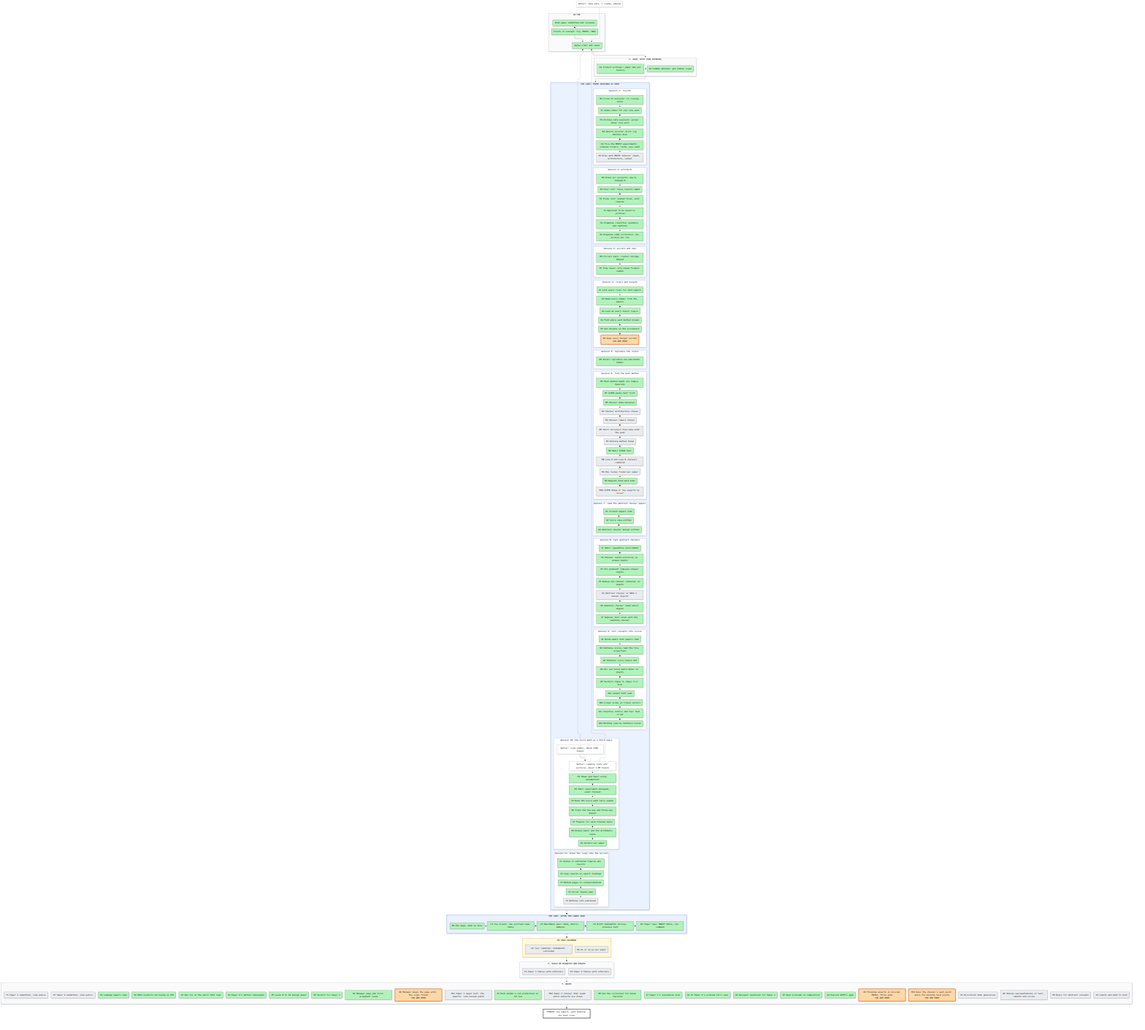
mo-rsa24/concept-composition keeps this Mermaid diagram as artifacts/notes/progress/map.png. Above is the earlier version. Its source is kept beside it as artifacts/notes/progress/map.mmd.
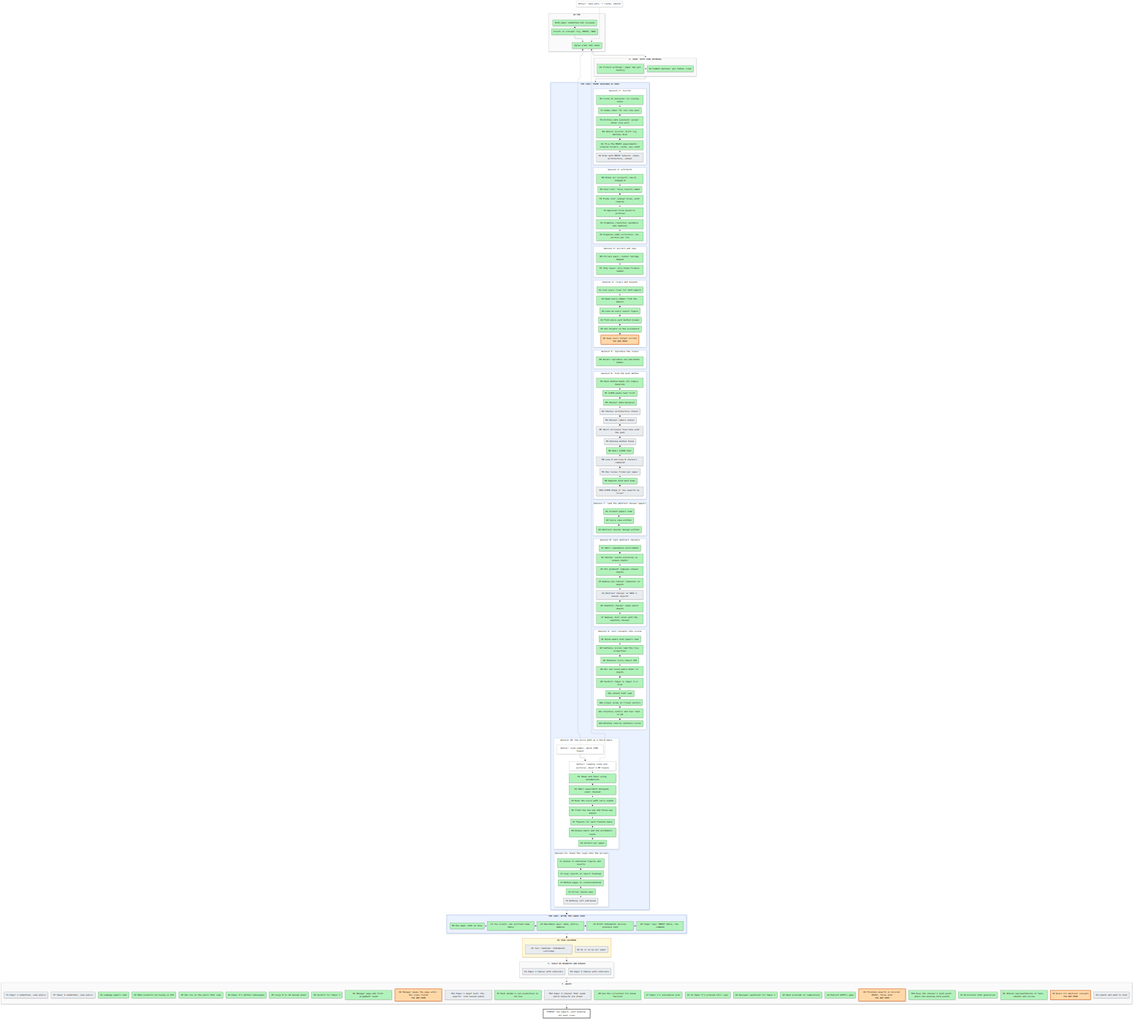
After the commit.

Commit message:
M13 done; question on the checker route filed; map redrawn

What changed in the source:
```diff
@@ -74,7 +74,7 @@
   end
   subgraph SF["F. WRITE"]
     direction LR
-    F1["F1 Paper 1 submitted, code public"]:::todo ~~~ F2["F2 Paper 2 submitted, code public"]:::todo ~~~ Z1["Z1 Leakage papers read"]:::done ~~~ Z2["Z2 What predicts borrowing on CO3"]:::done ~~~ Z3["Z3 One fix on the pairs that leak"]:::done ~~~ Z4["Z4 Paper 2's method redesigned"]:::done ~~~ Z5["Z5 Loops 8 to 10 design audit"]:::done ~~~ Z6["Z6 Verdict for Paper 2"]:::done ~~~ N1["N1 Manager page and first alignment round"]:::done ~~~ N2["N2 Manager keeps the page until the loops finish<br/>YOU ARE HERE"]:::doing ~~~ M11["M11 Paper 1 digit test: the experts' vote beside paste"]:::todo ~~~ Z7["Z7 Each animal's own prediction in its box"]:::done ~~~ M12["M12 Paper 2 checker that reads which subjects are drawn"]:::todo ~~~ Z8["Z8 Can the correction fix known failures"]:::done ~~~ K7["K7 Paper 1's evaluation plan"]:::done ~~~ G1["G1 Is Paper 2's problem still open"]:::done ~~~ G2["G2 Reviewer questions for Paper 1"]:::done ~~~ G3["G3 Open problems in composition"]:::done ~~~ G4["G4 Exploit DCFM's gaps"]:::done ~~~ Z9["Z9 Finished experts on Colored MNIST, three arms<br/>YOU ARE HERE"]:::doing ~~~ M13["M13 Does the checker's push point where the missing term points<br/>YOU ARE HERE"]:::doing ~~~ H1["H1 Directions that generalise"]:::todo ~~~ H2["H2 Shared representations of text, latents and scores"]:::todo ~~~ H3["H3 Dials for abstract concepts"]:::todo ~~~ H4["H4 Limits and what to test"]:::todo
+    F1["F1 Paper 1 submitted, code public"]:::todo ~~~ F2["F2 Paper 2 submitted, code public"]:::todo ~~~ Z1["Z1 Leakage papers read"]:::done ~~~ Z2["Z2 What predicts borrowing on CO3"]:::done ~~~ Z3["Z3 One fix on the pairs that leak"]:::done ~~~ Z4["Z4 Paper 2's method redesigned"]:::done ~~~ Z5["Z5 Loops 8 to 10 design audit"]:::done ~~~ Z6["Z6 Verdict for Paper 2"]:::done ~~~ N1["N1 Manager page and first alignment round"]:::done ~~~ N2["N2 Manager keeps the page until the loops finish<br/>YOU ARE HERE"]:::doing ~~~ M11["M11 Paper 1 digit test: the experts' vote beside paste"]:::todo ~~~ Z7["Z7 Each animal's own prediction in its box"]:::done ~~~ M12["M12 Paper 2 checker that reads which subjects are drawn"]:::todo ~~~ Z8["Z8 Can the correction fix known failures"]:::done ~~~ K7["K7 Paper 1's evaluation plan"]:::done ~~~ G1["G1 Is Paper 2's problem still open"]:::done ~~~ G2["G2 Reviewer questions for Paper 1"]:::done ~~~ G3["G3 Open problems in composition"]:::done ~~~ G4["G4 Exploit DCFM's gaps"]:::done ~~~ Z9["Z9 Finished experts on Colored MNIST, three arms<br/>YOU ARE HERE"]:::doing ~~~ M13["M13 Does the checker's push point where the missing term points"]:::done ~~~ H1["H1 Directions that generalise"]:::done ~~~ H2["H2 Shared representations of text, latents and scores"]:::done ~~~ H3["H3 Dials for abstract concepts<br/>YOU ARE HERE"]:::doing ~~~ H4["H4 Limits and what to test"]:::todo
   end
   GOAL["FINISH: two papers, each beating its best rival"]:::goal
   X0["Detour: idea walk, 7 claims, paused"]:::detour -.-> P2
```
